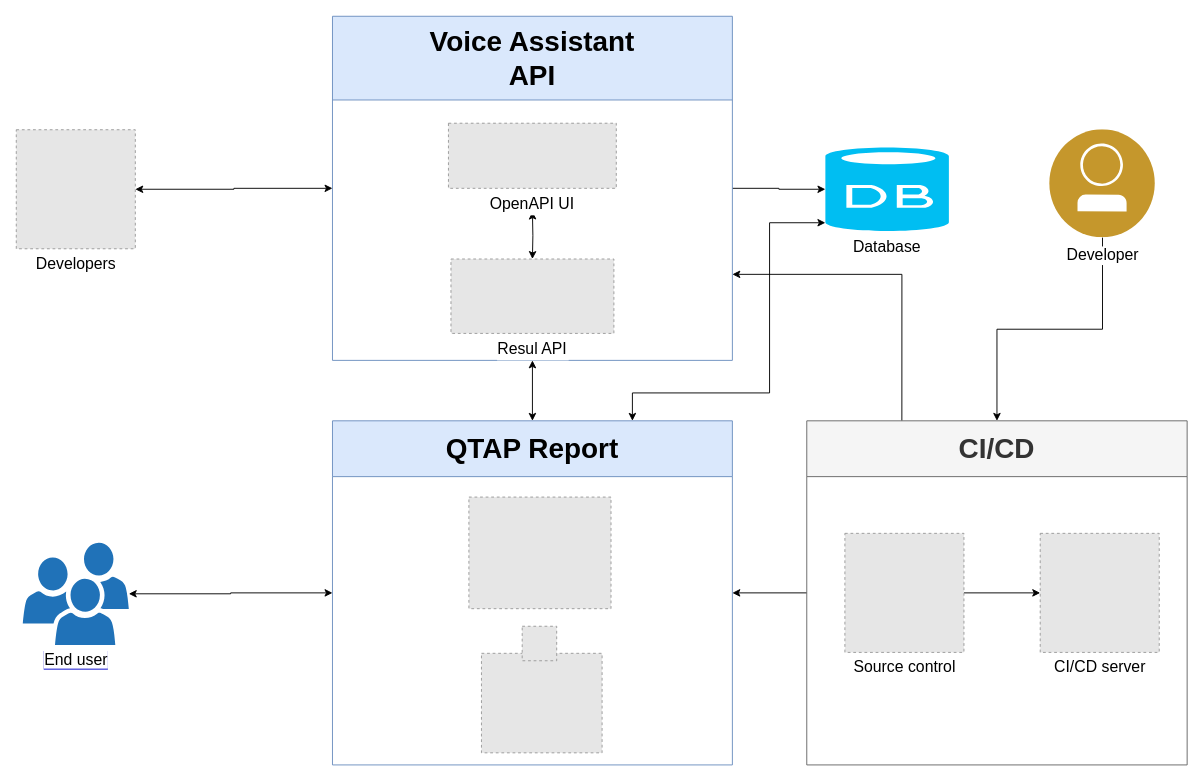
JunXianWu/EllisoWeb keeps this draw.io diagram as VoiceAssistant.drawio. Above is the earlier version. Source tidied: cells renumbered, new cells numbered last; positions are measured from the earlier drawing's top-left corner, leaving out a move shared by most shapes. Both pictures are drawn from the tidied source at 93%, with x=0, y=0 at pixel (16, 16). Pictures stored in the file or linked from it are replaced by grey dashed boxes.
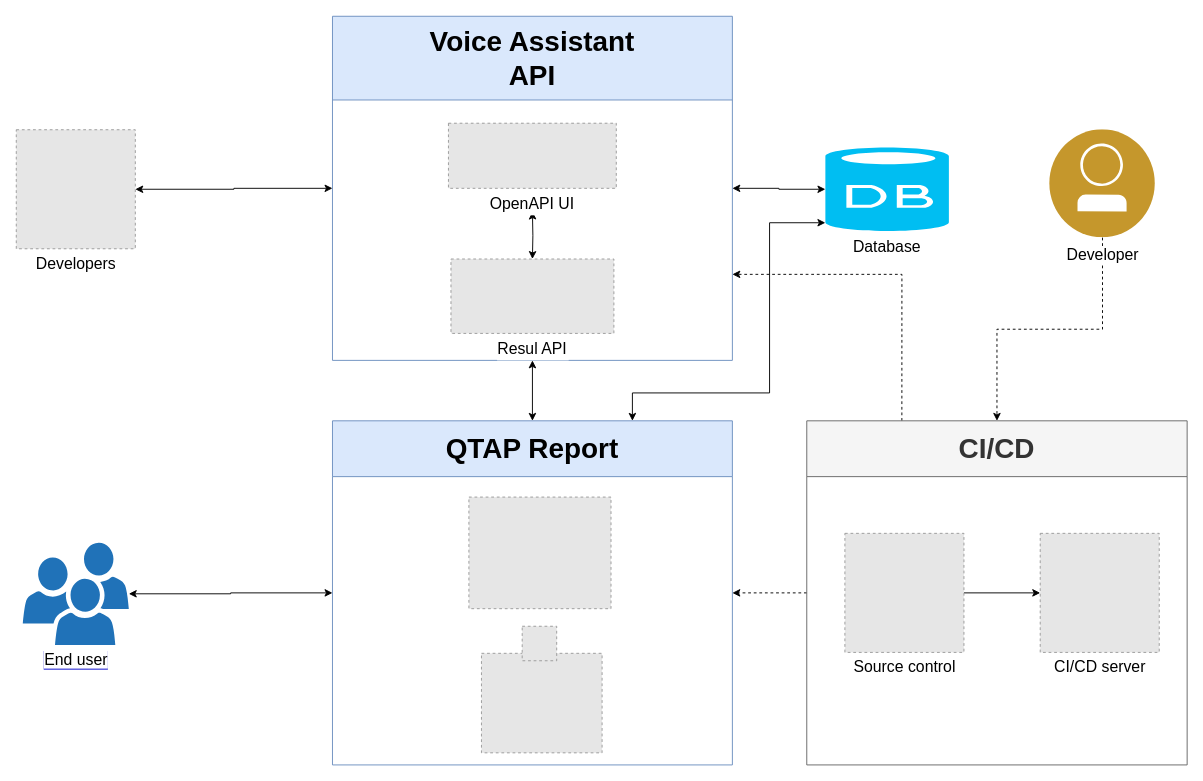
The same diagram, later.

Unchanged cells that the change refers to:
```xml
<mxCell id="4" value="CI/CD" style="swimlane;whiteSpace=wrap;fillColor=#f5f5f5;strokeColor=#666666;fontColor=#333333;startSize=60;fontSize=30;" parent="1" vertex="1">
  <mxGeometry x="850" y="435" width="409" height="370" as="geometry" />
</mxCell>
<mxCell id="9" value="QTAP Report" style="swimlane;whiteSpace=wrap;fillColor=#dae8fc;strokeColor=#6c8ebf;startSize=60;fontSize=30;" parent="1" vertex="1">
  <mxGeometry x="340" y="435" width="430" height="370" as="geometry" />
</mxCell>
<mxCell id="15" value="Voice Assistant&#10;API" style="swimlane;whiteSpace=wrap;fillColor=#dae8fc;strokeColor=#6c8ebf;startSize=90;fontSize=30;" parent="1" vertex="1">
  <mxGeometry x="340" width="430" height="370" as="geometry" />
</mxCell>
<mxCell id="24" value="&lt;font style=&quot;font-size: 17px&quot; color=&quot;#000000&quot;&gt;Developer&lt;/font&gt;" style="perimeter=ellipsePerimeter;html=1;align=center;shadow=0;dashed=0;fontColor=#4277BB;labelBackgroundColor=#ffffff;fontSize=12;spacingTop=3;image;image=img/lib/ibm/blockchain/blockchain_developer.svg;fillColor=#666600;" parent="1" vertex="1">
  <mxGeometry x="1110" y="122" width="116" height="116" as="geometry" />
</mxCell>
<mxCell id="25" value="&lt;font style=&quot;font-size: 17px&quot;&gt;Database&lt;/font&gt;" style="verticalLabelPosition=bottom;html=1;verticalAlign=top;align=center;strokeColor=none;fillColor=#00BEF2;shape=mxgraph.azure.database;fontSize=18;" parent="1" vertex="1">
  <mxGeometry x="870" y="141" width="132.8" height="90" as="geometry" />
</mxCell>
```

Change to the diagram source:
```diff
@@
-    <mxCell id="2" style="edgeStyle=orthogonalEdgeStyle;rounded=0;jettySize=auto;html=1;exitX=0;exitY=0.5;exitDx=0;exitDy=0;entryX=1;entryY=0.5;entryDx=0;entryDy=0;fontSize=17;fontColor=#0000CC;startArrow=none;startFill=0;strokeColor=#000000;" parent="1" edge="1" source="4" target="9">
+    <mxCell id="2" style="edgeStyle=orthogonalEdgeStyle;rounded=0;jettySize=auto;html=1;exitX=0;exitY=0.5;exitDx=0;exitDy=0;entryX=1;entryY=0.5;entryDx=0;entryDy=0;fontSize=17;fontColor=#0000CC;startArrow=none;startFill=0;strokeColor=#000000;dashed=1;" parent="1" edge="1" source="4" target="9">
       <mxGeometry relative="1" as="geometry" />
     </mxCell>
-    <mxCell id="3" style="edgeStyle=orthogonalEdgeStyle;rounded=0;jettySize=auto;html=1;exitX=0.25;exitY=0;exitDx=0;exitDy=0;entryX=1;entryY=0.75;entryDx=0;entryDy=0;fontSize=17;fontColor=#0000CC;startArrow=none;startFill=0;strokeColor=#000000;" parent="1" edge="1" source="4" target="15">
+    <mxCell id="3" style="edgeStyle=orthogonalEdgeStyle;rounded=0;jettySize=auto;html=1;exitX=0.25;exitY=0;exitDx=0;exitDy=0;entryX=1;entryY=0.75;entryDx=0;entryDy=0;fontSize=17;fontColor=#0000CC;startArrow=none;startFill=0;strokeColor=#000000;dashed=1;" parent="1" edge="1" source="4" target="15">
       <mxGeometry relative="1" as="geometry" />
     </mxCell>
@@
-    <mxCell id="14" style="edgeStyle=orthogonalEdgeStyle;rounded=0;jettySize=auto;html=1;exitX=1;exitY=0.5;exitDx=0;exitDy=0;entryX=0;entryY=0.5;entryDx=0;entryDy=0;entryPerimeter=0;fontSize=17;fontColor=#0000CC;startArrow=none;startFill=0;strokeColor=#000000;" parent="1" edge="1" source="15" target="25">
+    <mxCell id="14" style="edgeStyle=orthogonalEdgeStyle;rounded=0;jettySize=auto;html=1;exitX=1;exitY=0.5;exitDx=0;exitDy=0;entryX=0;entryY=0.5;entryDx=0;entryDy=0;entryPerimeter=0;fontSize=17;fontColor=#0000CC;startArrow=classic;startFill=1;strokeColor=#000000;" parent="1" edge="1" source="15" target="25">
       <mxGeometry relative="1" as="geometry" />
     </mxCell>
@@
-    <mxCell id="23" style="edgeStyle=orthogonalEdgeStyle;rounded=0;jettySize=auto;html=1;exitX=0.5;exitY=1;exitDx=0;exitDy=0;fontSize=17;fontColor=#0000CC;startArrow=none;startFill=0;strokeColor=#000000;" parent="1" edge="1" source="24" target="4">
+    <mxCell id="23" style="edgeStyle=orthogonalEdgeStyle;rounded=0;jettySize=auto;html=1;exitX=0.5;exitY=1;exitDx=0;exitDy=0;fontSize=17;fontColor=#0000CC;startArrow=none;startFill=0;strokeColor=#000000;dashed=1;" parent="1" edge="1" source="24" target="4">
       <mxGeometry relative="1" as="geometry" />
     </mxCell>
```
